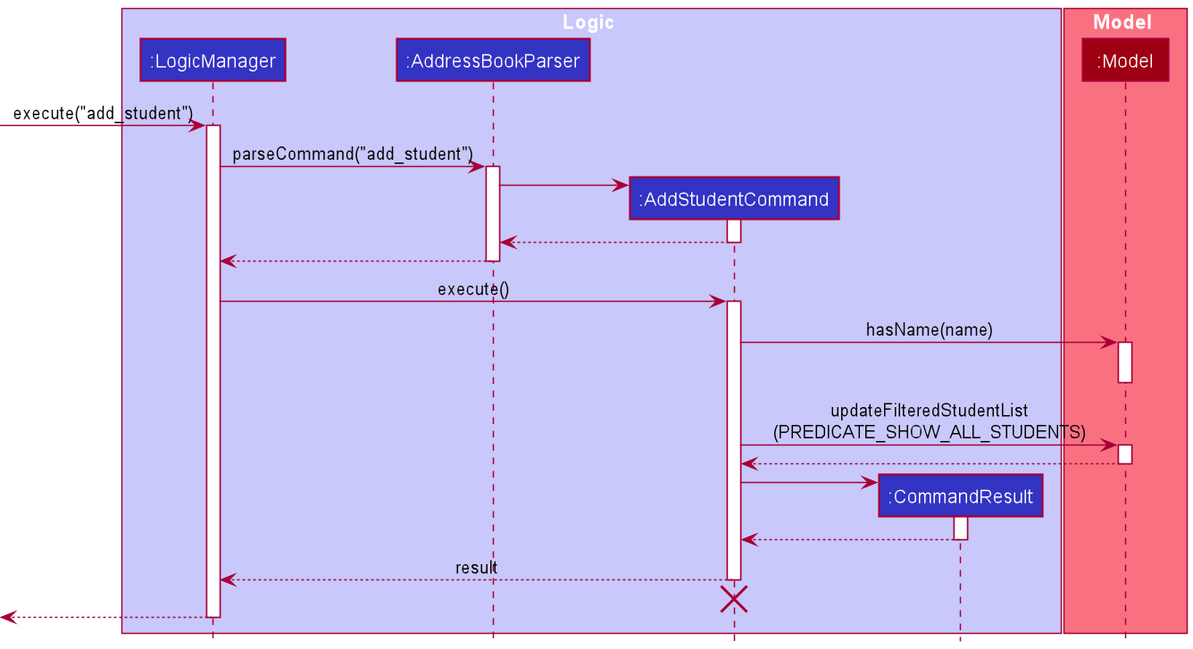
Earlier version of the PlantUML export docs/images/enhao/AddStudentSequenceDiagram.png (nus-cs2103-AY2021S2/tp).
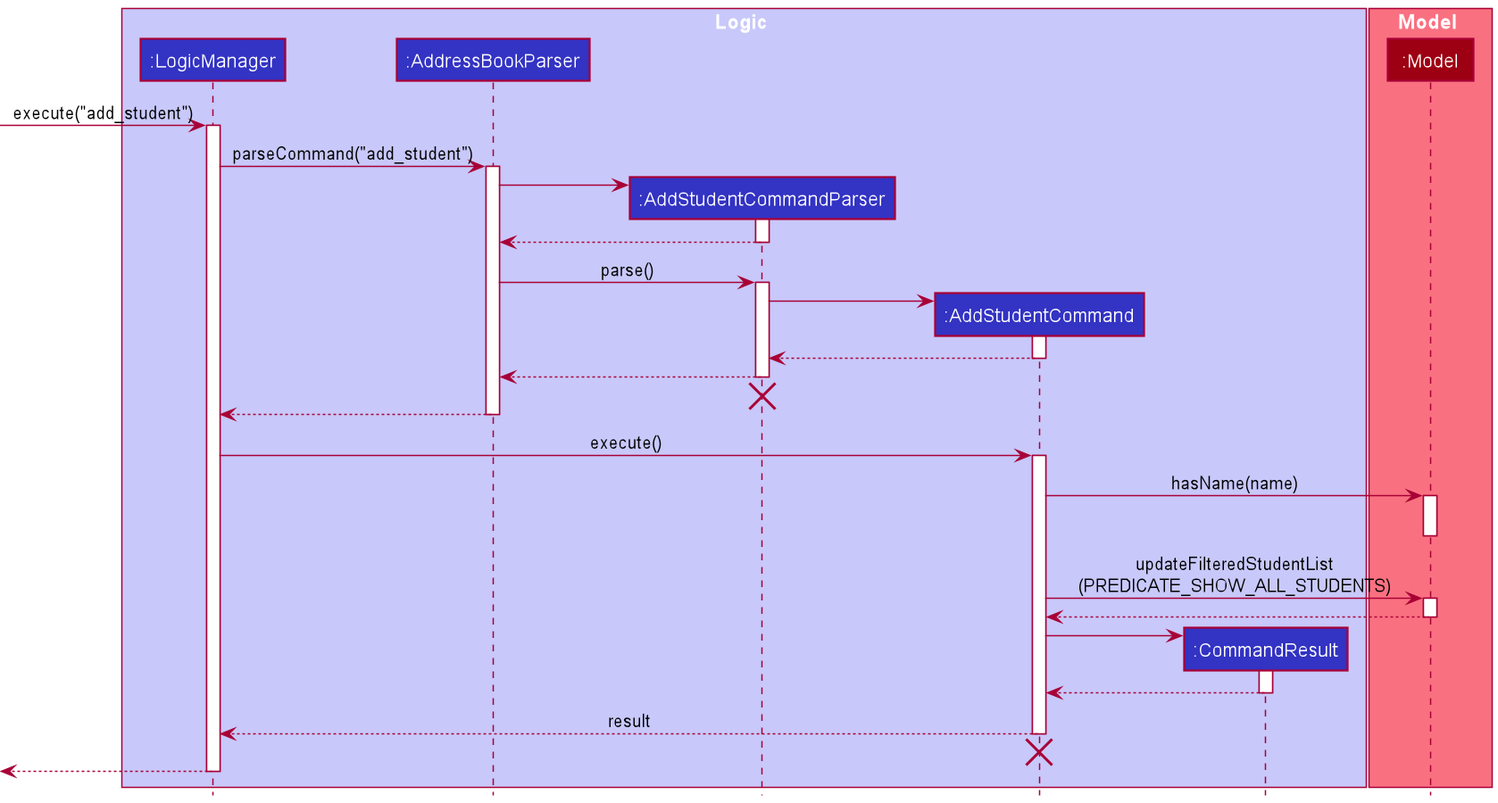
After the commit.

Commit message:
Update add std sequence diagram to include parser

Diff of the diagram source:
```diff
@@ -4,6 +4,7 @@
 box Logic LOGIC_COLOR_T1
 participant ":LogicManager" as LogicManager LOGIC_COLOR
 participant ":AddressBookParser" as AddressBookParser LOGIC_COLOR
+participant ":AddStudentCommandParser" as AddStudentCommandParser LOGIC_COLOR
 participant ":AddStudentCommand" as AddStudentCommand LOGIC_COLOR
 participant ":CommandResult" as CommandResult LOGIC_COLOR
 end box
@@ -18,12 +19,27 @@
 LogicManager -> AddressBookParser : parseCommand("add_student")
 activate AddressBookParser
 
+create AddStudentCommandParser
+AddressBookParser -> AddStudentCommandParser
+activate AddStudentCommandParser
+
+AddStudentCommandParser --> AddressBookParser
+deactivate AddStudentCommandParser
+
+AddressBookParser -> AddStudentCommandParser : parse()
+activate AddStudentCommandParser
+
 create AddStudentCommand
-AddressBookParser -> AddStudentCommand
+AddStudentCommandParser -> AddStudentCommand
 activate AddStudentCommand
 
-AddStudentCommand --> AddressBookParser :
+AddStudentCommand --> AddStudentCommandParser :
 deactivate AddStudentCommand
+
+AddStudentCommandParser --> AddressBookParser :
+deactivate AddStudentCommandParser
+AddStudentCommandParser -[hidden]-> AddressBookParser
+destroy AddStudentCommandParser
 
 AddressBookParser --> LogicManager :
 deactivate AddressBookParser
```
